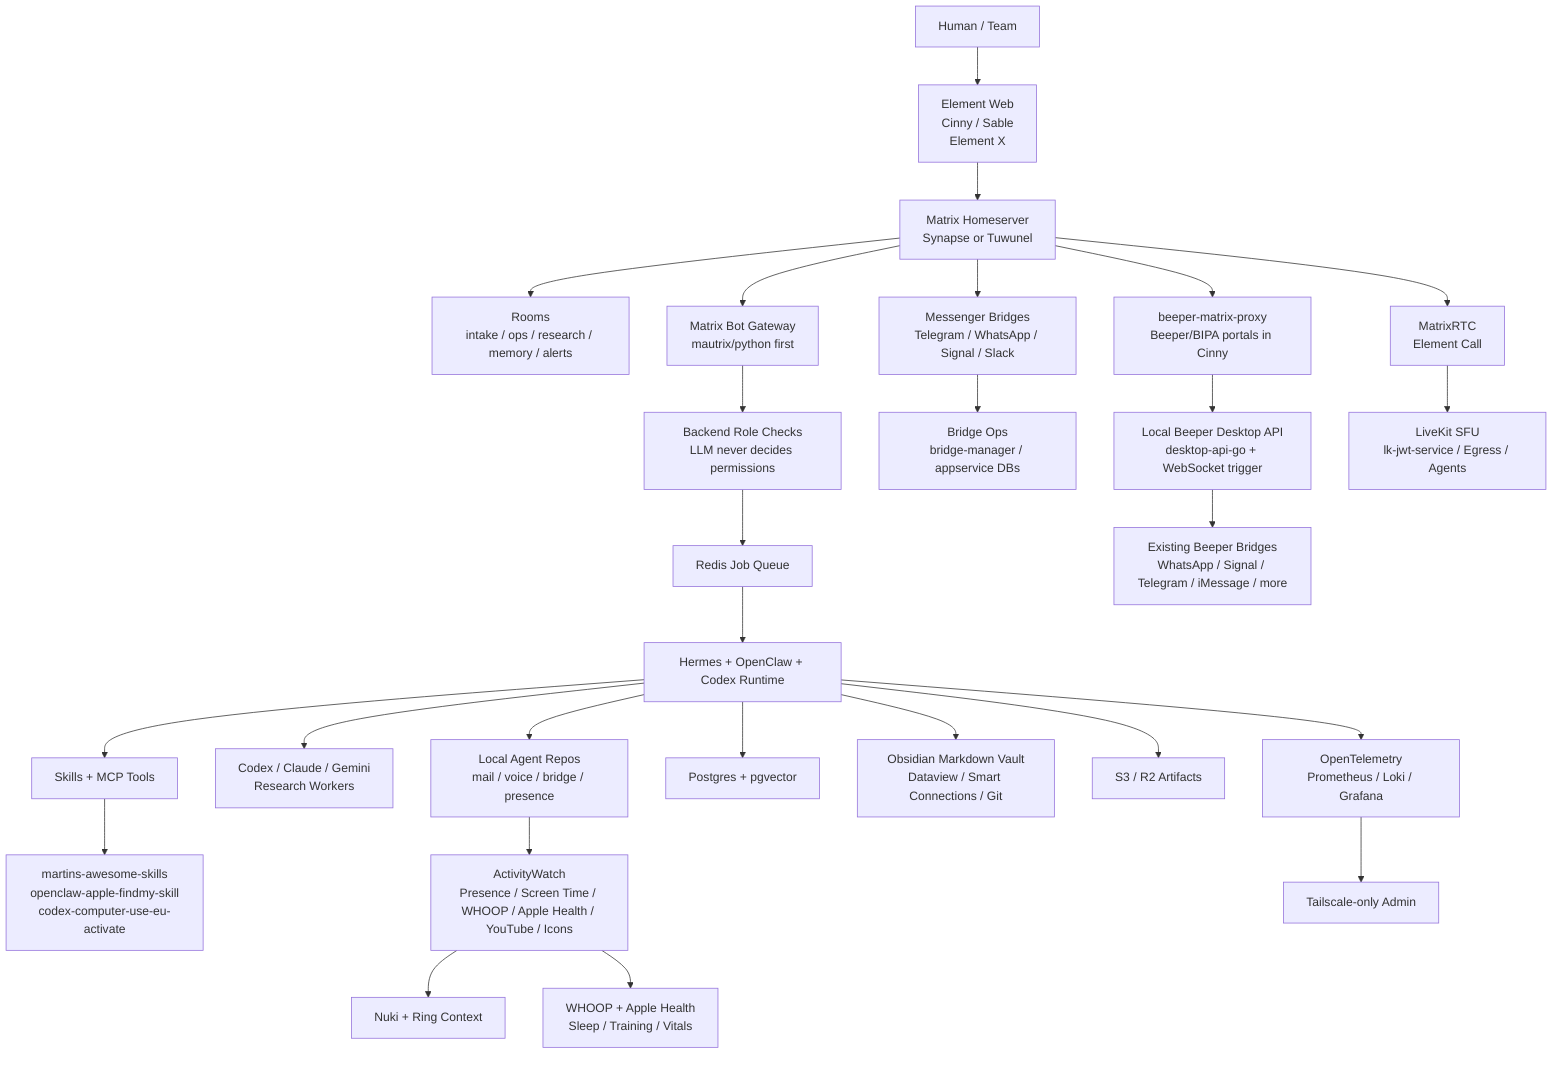
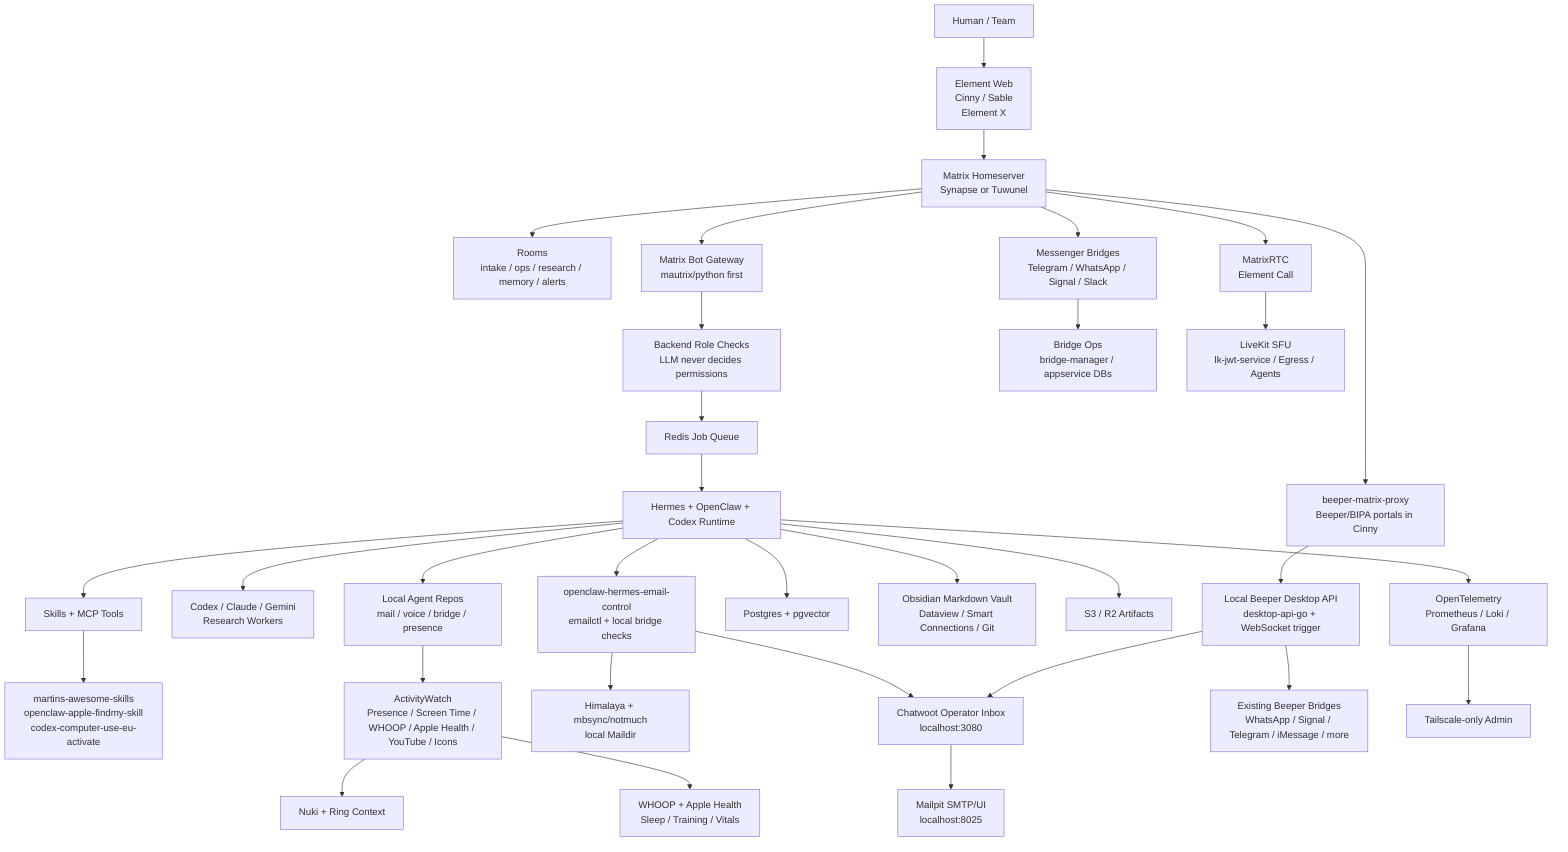
flowchart TB
  User["Human / Team"] --> Clients["Element Web<br/>Cinny / Sable<br/>Element X"]
  Clients --> Matrix["Matrix Homeserver<br/>Synapse or Tuwunel"]

  Matrix --> Rooms["Rooms<br/>intake / ops / research / memory / alerts"]
  Matrix --> Gateway["Matrix Bot Gateway<br/>mautrix/python first"]
  Matrix --> Bridges["Messenger Bridges<br/>Telegram / WhatsApp / Signal / Slack"]
  Matrix --> BeeperProxy["beeper-matrix-proxy<br/>Beeper/BIPA portals in Cinny"]
  Matrix --> RTC["MatrixRTC<br/>Element Call"]

  Gateway --> Authz["Backend Role Checks<br/>LLM never decides permissions"]
  Authz --> Queue["Redis Job Queue"]
  Queue --> Runtime["Hermes + OpenClaw + Codex Runtime"]

  Runtime --> Skills["Skills + MCP Tools"]
  Skills --> SkillRepos["martins-awesome-skills<br/>openclaw-apple-findmy-skill<br/>codex-computer-use-eu-activate"]
  Runtime --> Workers["Codex / Claude / Gemini<br/>Research Workers"]
  Runtime --> LocalRepos["Local Agent Repos<br/>mail / voice / bridge / presence"]
+   Runtime --> InboxControl["openclaw-hermes-email-control<br/>emailctl + local bridge checks"]
  Runtime --> Memory["Postgres + pgvector"]
  Runtime --> Vault["Obsidian Markdown Vault<br/>Dataview / Smart Connections / Git"]
  Runtime --> Artifacts["S3 / R2 Artifacts"]
+ 
+   InboxControl --> Chatwoot["Chatwoot Operator Inbox<br/>localhost:3080"]
+   InboxControl --> MailTools["Himalaya + mbsync/notmuch<br/>local Maildir"]
+   Chatwoot --> Mailpit["Mailpit SMTP/UI<br/>localhost:8025"]

  LocalRepos --> AW["ActivityWatch<br/>Presence / Screen Time / WHOOP / Apple Health / YouTube / Icons"]
  AW --> Door["Nuki + Ring Context"]
  AW --> Health["WHOOP + Apple Health<br/>Sleep / Training / Vitals"]

  Bridges --> BridgeOps["Bridge Ops<br/>bridge-manager / appservice DBs"]
  BeeperProxy --> BeeperAPI["Local Beeper Desktop API<br/>desktop-api-go + WebSocket trigger"]
+   BeeperAPI --> Chatwoot
  BeeperAPI --> BeeperCloud["Existing Beeper Bridges<br/>WhatsApp / Signal / Telegram / iMessage / more"]
  RTC --> LiveKit["LiveKit SFU<br/>lk-jwt-service / Egress / Agents"]

  Runtime --> Observability["OpenTelemetry<br/>Prometheus / Loki / Grafana"]
  Observability --> Tailscale["Tailscale-only Admin"]
